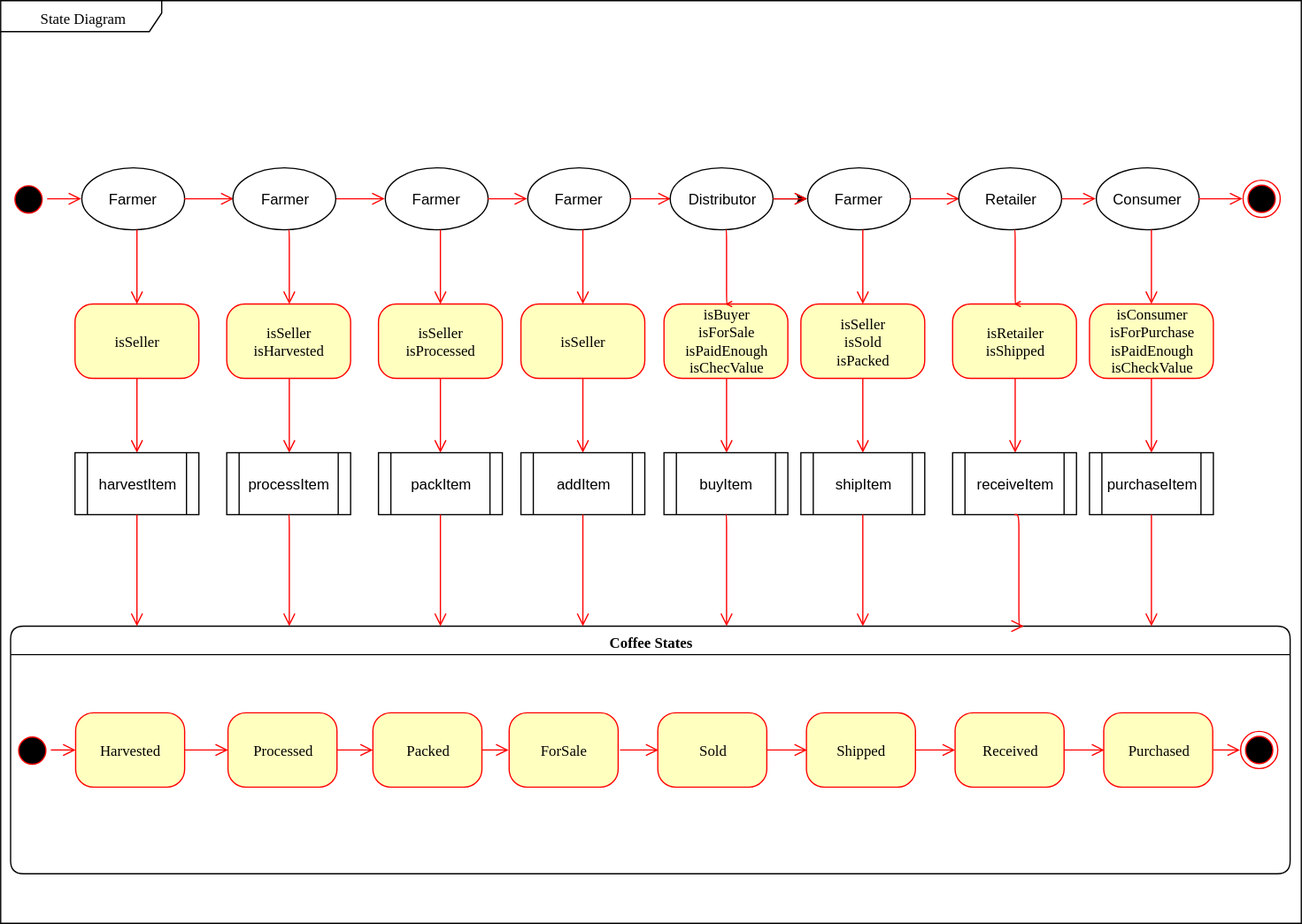
carltonj2000/coffee-supplychain-dapp keeps this draw.io diagram as images/CoffeeState.svg. Above is the earlier version. Source tidied: cells renumbered, new cells last; positions are measured from the earlier drawing's top-left corner, leaving out a move shared by most shapes.
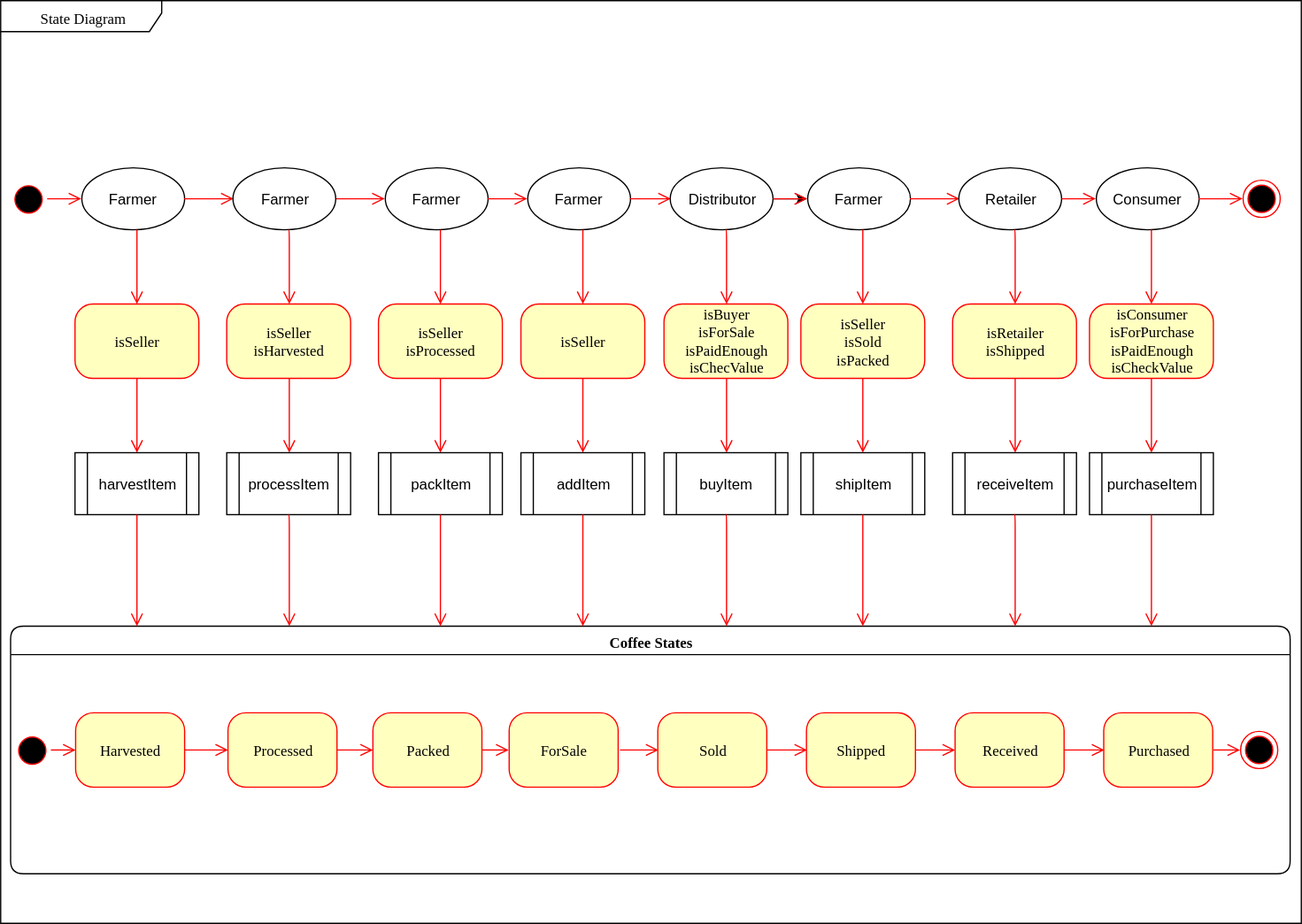
The same file after the commit.

Change to the diagram source:
```diff
@@ -154,7 +154,7 @@
         <mxPoint x="355" y="245" as="targetPoint" />
       </mxGeometry>
     </mxCell>
-    <mxCell id="45" value="isSeller" style="rounded=1;whiteSpace=wrap;html=1;arcSize=24;fillColor=#ffffc0;strokeColor=#ff0000;shadow=0;comic=0;labelBackgroundColor=none;fontFamily=Verdana;fontSize=12;fontColor=#000000;align=center;" parent="1" vertex="1">
+    <mxCell id="45" value="&lt;div&gt;isSeller&lt;/div&gt;" style="rounded=1;whiteSpace=wrap;html=1;arcSize=24;fillColor=#ffffc0;strokeColor=#ff0000;shadow=0;comic=0;labelBackgroundColor=none;fontFamily=Verdana;fontSize=12;fontColor=#000000;align=center;" parent="1" vertex="1">
       <mxGeometry x="420" y="245" width="100" height="60" as="geometry" />
     </mxCell>
     <mxCell id="46" style="edgeStyle=orthogonalEdgeStyle;html=1;labelBackgroundColor=none;endArrow=open;endSize=8;strokeColor=#ff0000;fontFamily=Verdana;fontSize=12;align=left;entryX=0;entryY=0.5;entryDx=0;entryDy=0;exitX=1;exitY=0.5;exitDx=0;exitDy=0;" parent="1" edge="1" source="42" target="49">
@@ -205,10 +205,9 @@
         <mxPoint x="586" y="505" as="targetPoint" />
       </mxGeometry>
     </mxCell>
-    <mxCell id="59" style="edgeStyle=elbowEdgeStyle;html=1;labelBackgroundColor=none;endArrow=open;endSize=8;strokeColor=#ff0000;fontFamily=Verdana;fontSize=12;align=left;exitX=0.5;exitY=1;entryX=0.5;entryY=0;entryDx=0;entryDy=0;exitDx=0;exitDy=0;" parent="1" edge="1">
+    <mxCell id="59" style="edgeStyle=elbowEdgeStyle;html=1;labelBackgroundColor=none;endArrow=open;endSize=8;strokeColor=#ff0000;fontFamily=Verdana;fontSize=12;align=left;exitX=0.5;exitY=1;exitDx=0;exitDy=0;entryX=0.5;entryY=0;entryDx=0;entryDy=0;" parent="1" edge="1" target="52">
       <mxGeometry relative="1" as="geometry">
         <mxPoint x="585.5" y="185" as="sourcePoint" />
-        <mxPoint x="585.5" y="245" as="targetPoint" />
       </mxGeometry>
     </mxCell>
     <mxCell id="60" value="&lt;div&gt;isSeller&lt;/div&gt;&lt;div&gt;isSold&lt;/div&gt;&lt;div&gt;isPacked&lt;br&gt;&lt;/div&gt;" style="rounded=1;whiteSpace=wrap;html=1;arcSize=24;fillColor=#ffffc0;strokeColor=#ff0000;shadow=0;comic=0;labelBackgroundColor=none;fontFamily=Verdana;fontSize=12;fontColor=#000000;align=center;" parent="1" vertex="1">
@@ -255,15 +254,15 @@
     <mxCell id="71" value="Retailer" style="ellipse;whiteSpace=wrap;html=1;" parent="1" vertex="1">
       <mxGeometry x="773.5" y="135" width="83" height="50" as="geometry" />
     </mxCell>
-    <mxCell id="72" style="edgeStyle=elbowEdgeStyle;html=1;labelBackgroundColor=none;endArrow=open;endSize=8;strokeColor=#ff0000;fontFamily=Verdana;fontSize=12;align=left;exitX=0.5;exitY=1;exitDx=0;exitDy=0;entryX=0.792;entryY=0;entryDx=0;entryDy=0;entryPerimeter=0;" parent="1" edge="1" target="4">
+    <mxCell id="72" style="edgeStyle=elbowEdgeStyle;html=1;labelBackgroundColor=none;endArrow=open;endSize=8;strokeColor=#ff0000;fontFamily=Verdana;fontSize=12;align=left;exitX=0.5;exitY=1;exitDx=0;exitDy=0;" parent="1" edge="1">
       <mxGeometry relative="1" as="geometry">
         <mxPoint x="818.5" y="415" as="sourcePoint" />
+        <mxPoint x="819" y="505" as="targetPoint" />
       </mxGeometry>
     </mxCell>
-    <mxCell id="73" style="edgeStyle=elbowEdgeStyle;html=1;labelBackgroundColor=none;endArrow=open;endSize=8;strokeColor=#ff0000;fontFamily=Verdana;fontSize=12;align=left;exitX=0.5;exitY=1;entryX=0.5;entryY=0;entryDx=0;entryDy=0;exitDx=0;exitDy=0;" parent="1" edge="1">
+    <mxCell id="73" style="edgeStyle=elbowEdgeStyle;html=1;labelBackgroundColor=none;endArrow=open;endSize=8;strokeColor=#ff0000;fontFamily=Verdana;fontSize=12;align=left;exitX=0.5;exitY=1;exitDx=0;exitDy=0;entryX=0.5;entryY=0;entryDx=0;entryDy=0;" parent="1" edge="1" target="67">
       <mxGeometry relative="1" as="geometry">
         <mxPoint x="818.5" y="185" as="sourcePoint" />
-        <mxPoint x="818.5" y="245" as="targetPoint" />
       </mxGeometry>
     </mxCell>
     <mxCell id="74" value="&lt;div&gt;isConsumer&lt;/div&gt;&lt;div&gt;isForPurchase&lt;/div&gt;&lt;div&gt;isPaidEnough&lt;/div&gt;&lt;div&gt;isCheckValue&lt;br&gt;&lt;/div&gt;" style="rounded=1;whiteSpace=wrap;html=1;arcSize=24;fillColor=#ffffc0;strokeColor=#ff0000;shadow=0;comic=0;labelBackgroundColor=none;fontFamily=Verdana;fontSize=12;fontColor=#000000;align=center;" parent="1" vertex="1">
```
